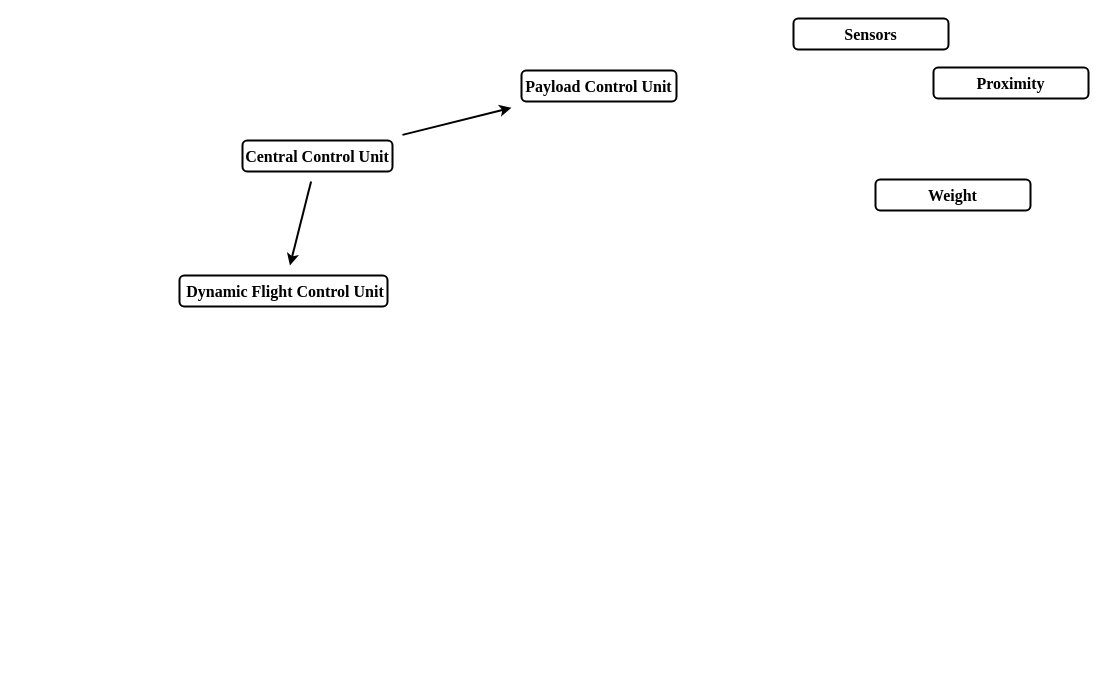
Tolly-Zhang/FH-Capstone-2025 keeps this draw.io diagram as docs/submitted-proposal/resources/system-architecture.drawio. Above is the earlier version. Source tidied: cells renumbered, new cells numbered last; positions are measured from the earlier drawing's top-left corner, leaving out a move shared by most shapes. Both pictures are drawn from the tidied source at 100%, with x=0, y=0 at pixel (179, 18).
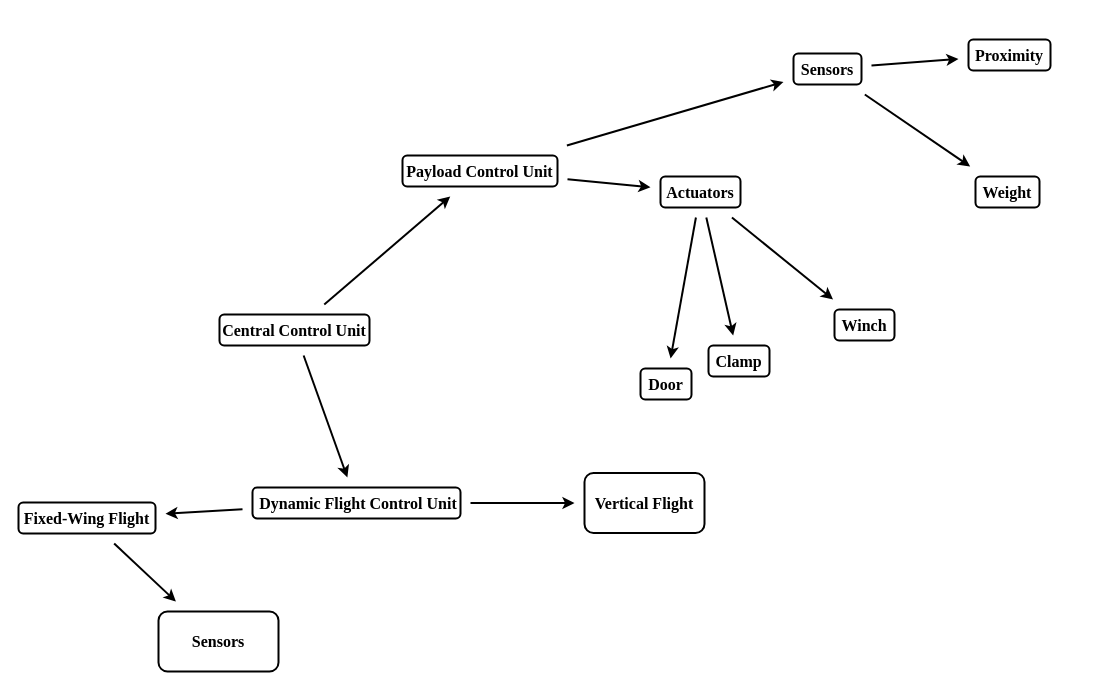
The same page after the edit.

Change to the diagram source:
```diff
@@
     <mxCell id="4" value="&lt;font&gt;Central Control Unit&lt;/font&gt;" style="rounded=1;whiteSpace=wrap;html=1;glass=0;shadow=0;fontFamily=Times New Roman;perimeterSpacing=0;strokeWidth=2;fontSize=16;fontStyle=1;" parent="1" vertex="1">
-      <mxGeometry x="63" y="122" width="150" height="31" as="geometry" />
+      <mxGeometry x="40" y="296" width="150" height="31" as="geometry" />
     </mxCell>
+    <mxCell id="10" style="edgeStyle=none;shape=connector;rounded=0;jettySize=auto;html=1;strokeColor=default;strokeWidth=2;align=center;verticalAlign=middle;fontFamily=Helvetica;fontSize=11;fontColor=default;labelBackgroundColor=default;startArrow=none;startFill=0;endArrow=classic;sourcePerimeterSpacing=10;targetPerimeterSpacing=10;" parent="1" edge="1" source="5" target="24">
+      <mxGeometry relative="1" as="geometry" />
+    </mxCell>
+    <mxCell id="11" style="edgeStyle=none;shape=connector;rounded=0;jettySize=auto;html=1;strokeColor=default;strokeWidth=2;align=center;verticalAlign=middle;fontFamily=Helvetica;fontSize=11;fontColor=default;labelBackgroundColor=default;startArrow=none;startFill=0;endArrow=classic;sourcePerimeterSpacing=10;targetPerimeterSpacing=10;" parent="1" edge="1" source="5" target="26">
+      <mxGeometry relative="1" as="geometry" />
+    </mxCell>
     <mxCell id="5" value="&amp;nbsp;Dynamic Flight Control Unit" style="rounded=1;whiteSpace=wrap;html=1;glass=0;shadow=0;fontFamily=Times New Roman;perimeterSpacing=0;strokeWidth=2;fontSize=16;fontStyle=1;" parent="1" vertex="1">
-      <mxGeometry y="257" width="208" height="31" as="geometry" />
+      <mxGeometry x="73" y="469" width="208" height="31" as="geometry" />
     </mxCell>
+    <mxCell id="12" style="edgeStyle=none;shape=connector;rounded=0;jettySize=auto;html=1;strokeColor=default;strokeWidth=2;align=center;verticalAlign=middle;fontFamily=Helvetica;fontSize=11;fontColor=default;labelBackgroundColor=default;startArrow=none;startFill=0;endArrow=classic;sourcePerimeterSpacing=10;targetPerimeterSpacing=10;" parent="1" edge="1" source="6" target="7">
+      <mxGeometry relative="1" as="geometry" />
+    </mxCell>
+    <mxCell id="13" style="edgeStyle=none;shape=connector;rounded=0;jettySize=auto;html=1;strokeColor=default;strokeWidth=2;align=center;verticalAlign=middle;fontFamily=Helvetica;fontSize=11;fontColor=default;labelBackgroundColor=default;startArrow=none;startFill=0;endArrow=classic;sourcePerimeterSpacing=10;targetPerimeterSpacing=10;" parent="1" edge="1" source="6" target="19">
+      <mxGeometry relative="1" as="geometry" />
+    </mxCell>
     <mxCell id="6" value="Payload Control Unit" style="rounded=1;whiteSpace=wrap;html=1;glass=0;shadow=0;fontFamily=Times New Roman;perimeterSpacing=0;strokeWidth=2;fontSize=16;fontStyle=1;" parent="1" vertex="1">
-      <mxGeometry x="342" y="52" width="155" height="31" as="geometry" />
+      <mxGeometry x="223" y="137" width="155" height="31" as="geometry" />
     </mxCell>
+    <mxCell id="14" style="edgeStyle=none;shape=connector;rounded=0;jettySize=auto;html=1;strokeColor=default;strokeWidth=2;align=center;verticalAlign=middle;fontFamily=Helvetica;fontSize=11;fontColor=default;labelBackgroundColor=default;startArrow=none;startFill=0;endArrow=classic;sourcePerimeterSpacing=10;targetPerimeterSpacing=10;" parent="1" edge="1" source="7" target="9">
+      <mxGeometry relative="1" as="geometry" />
+    </mxCell>
+    <mxCell id="15" style="edgeStyle=none;shape=connector;rounded=0;jettySize=auto;html=1;strokeColor=default;strokeWidth=2;align=center;verticalAlign=middle;fontFamily=Helvetica;fontSize=11;fontColor=default;labelBackgroundColor=default;startArrow=none;startFill=0;endArrow=classic;sourcePerimeterSpacing=10;targetPerimeterSpacing=10;" parent="1" edge="1" source="7" target="8">
+      <mxGeometry relative="1" as="geometry" />
+    </mxCell>
     <mxCell id="7" value="Sensors" style="rounded=1;whiteSpace=wrap;html=1;glass=0;shadow=0;fontFamily=Times New Roman;perimeterSpacing=0;strokeWidth=2;fontSize=16;fontStyle=1;" parent="1" vertex="1">
-      <mxGeometry x="614" width="155" height="31" as="geometry" />
+      <mxGeometry x="614" y="35" width="68" height="31" as="geometry" />
     </mxCell>
     <mxCell id="8" value="Proximity" style="rounded=1;whiteSpace=wrap;html=1;glass=0;shadow=0;fontFamily=Times New Roman;perimeterSpacing=0;strokeWidth=2;fontSize=16;fontStyle=1;" parent="1" vertex="1">
-      <mxGeometry x="754" y="49" width="155" height="31" as="geometry" />
+      <mxGeometry x="789" y="21" width="82" height="31" as="geometry" />
     </mxCell>
     <mxCell id="9" value="Weight" style="rounded=1;whiteSpace=wrap;html=1;glass=0;shadow=0;fontFamily=Times New Roman;perimeterSpacing=0;strokeWidth=2;fontSize=16;fontStyle=1;" parent="1" vertex="1">
-      <mxGeometry x="696" y="161" width="155" height="31" as="geometry" />
+      <mxGeometry x="796" y="158" width="64" height="31" as="geometry" />
     </mxCell>
+    <mxCell id="16" style="edgeStyle=none;shape=connector;rounded=0;jettySize=auto;html=1;strokeColor=default;strokeWidth=2;align=center;verticalAlign=middle;fontFamily=Helvetica;fontSize=11;fontColor=default;labelBackgroundColor=default;startArrow=none;startFill=0;endArrow=classic;sourcePerimeterSpacing=10;targetPerimeterSpacing=10;" parent="1" edge="1" source="19" target="20">
+      <mxGeometry relative="1" as="geometry" />
+    </mxCell>
+    <mxCell id="17" style="edgeStyle=none;shape=connector;rounded=0;jettySize=auto;html=1;strokeColor=default;strokeWidth=2;align=center;verticalAlign=middle;fontFamily=Helvetica;fontSize=11;fontColor=default;labelBackgroundColor=default;startArrow=none;startFill=0;endArrow=classic;sourcePerimeterSpacing=10;targetPerimeterSpacing=10;" parent="1" edge="1" source="19" target="21">
+      <mxGeometry relative="1" as="geometry" />
+    </mxCell>
+    <mxCell id="18" style="edgeStyle=none;shape=connector;rounded=0;jettySize=auto;html=1;strokeColor=default;strokeWidth=2;align=center;verticalAlign=middle;fontFamily=Helvetica;fontSize=11;fontColor=default;labelBackgroundColor=default;startArrow=none;startFill=0;endArrow=classic;sourcePerimeterSpacing=10;targetPerimeterSpacing=10;" parent="1" edge="1" source="19" target="22">
+      <mxGeometry relative="1" as="geometry" />
+    </mxCell>
+    <mxCell id="19" value="Actuators" style="rounded=1;whiteSpace=wrap;html=1;glass=0;shadow=0;fontFamily=Times New Roman;perimeterSpacing=0;strokeWidth=2;fontSize=16;fontStyle=1;" parent="1" vertex="1">
+      <mxGeometry x="481" y="158" width="80" height="31" as="geometry" />
+    </mxCell>
+    <mxCell id="20" value="Door" style="rounded=1;whiteSpace=wrap;html=1;glass=0;shadow=0;fontFamily=Times New Roman;perimeterSpacing=0;strokeWidth=2;fontSize=16;fontStyle=1;" parent="1" vertex="1">
+      <mxGeometry x="461" y="350" width="51" height="31" as="geometry" />
+    </mxCell>
+    <mxCell id="21" value="Clamp" style="rounded=1;whiteSpace=wrap;html=1;glass=0;shadow=0;fontFamily=Times New Roman;perimeterSpacing=0;strokeWidth=2;fontSize=16;fontStyle=1;" parent="1" vertex="1">
+      <mxGeometry x="529" y="327" width="61" height="31" as="geometry" />
+    </mxCell>
+    <mxCell id="22" value="Winch" style="rounded=1;whiteSpace=wrap;html=1;glass=0;shadow=0;fontFamily=Times New Roman;perimeterSpacing=0;strokeWidth=2;fontSize=16;fontStyle=1;" parent="1" vertex="1">
+      <mxGeometry x="655" y="291" width="60" height="31" as="geometry" />
+    </mxCell>
+    <mxCell id="23" style="edgeStyle=none;shape=connector;rounded=0;jettySize=auto;html=1;strokeColor=default;strokeWidth=2;align=center;verticalAlign=middle;fontFamily=Helvetica;fontSize=11;fontColor=default;labelBackgroundColor=default;startArrow=none;startFill=0;endArrow=classic;sourcePerimeterSpacing=10;targetPerimeterSpacing=10;" parent="1" edge="1" source="24" target="25">
+      <mxGeometry relative="1" as="geometry" />
+    </mxCell>
+    <mxCell id="24" value="Fixed-Wing Flight" style="whiteSpace=wrap;html=1;fontSize=16;fontFamily=Times New Roman;rounded=1;glass=0;shadow=0;strokeWidth=2;fontStyle=1;" parent="1" vertex="1">
+      <mxGeometry x="-161" y="484" width="137" height="31" as="geometry" />
+    </mxCell>
+    <mxCell id="25" value="Sensors" style="whiteSpace=wrap;html=1;fontSize=16;fontFamily=Times New Roman;rounded=1;glass=0;shadow=0;strokeWidth=2;fontStyle=1;" parent="1" vertex="1">
+      <mxGeometry x="-21" y="593" width="120" height="60" as="geometry" />
+    </mxCell>
+    <mxCell id="26" value="Vertical Flight" style="whiteSpace=wrap;html=1;fontSize=16;fontFamily=Times New Roman;rounded=1;glass=0;shadow=0;strokeWidth=2;fontStyle=1;" parent="1" vertex="1">
+      <mxGeometry x="405" y="454.5" width="120" height="60" as="geometry" />
+    </mxCell>
```
